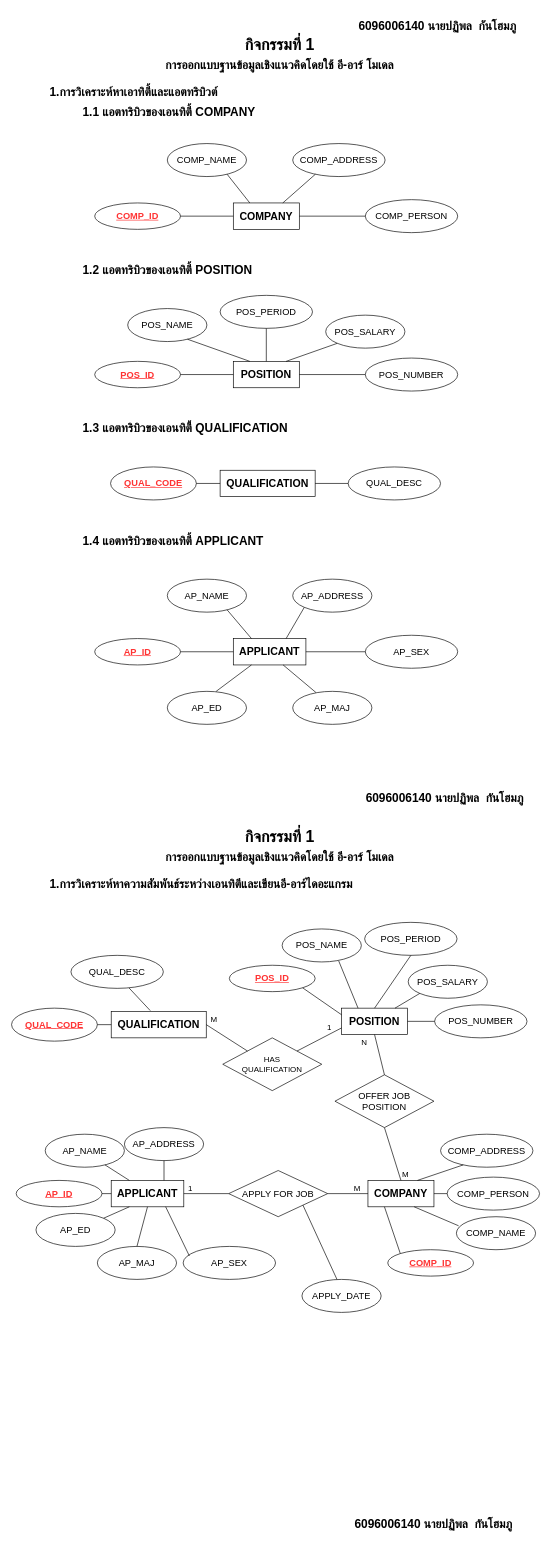
Earlier version of the draw.io diagram page "กิจกรรมที่1" (1 of 3) of Untitled Diagram.drawio (inherthz/96408_Database-Design). Source tidied: cells renumbered, new cells numbered last; positions are measured from the earlier drawing's top-left corner, leaving out a move shared by most shapes. Both pictures are drawn from the tidied source at 66%, with x=0, y=0 at pixel (11, 11).
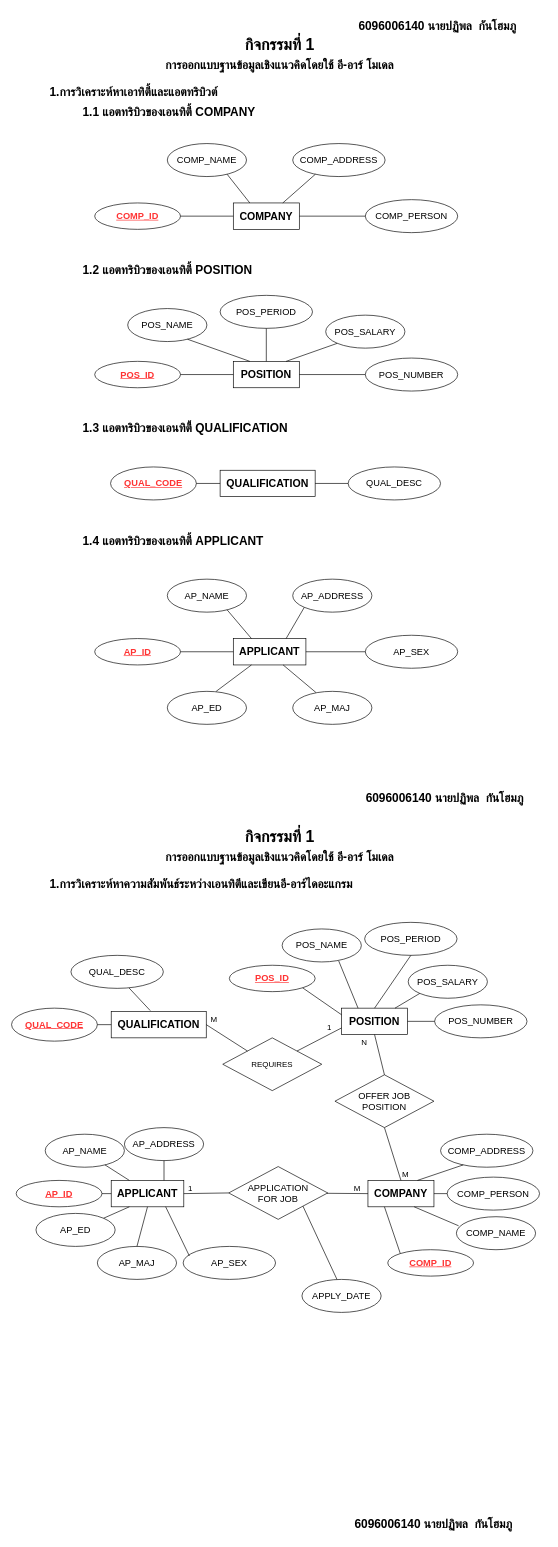
The same diagram, later.

The edit, as a diff of the source:
```diff
@@
-    <mxCell id="83" value="&lt;font style=&quot;font-size: 14px;&quot;&gt;APPLY FOR JOB&lt;/font&gt;" style="shape=rhombus;perimeter=rhombusPerimeter;whiteSpace=wrap;html=1;align=center;" parent="1" vertex="1">
-      <mxGeometry x="329" y="1756" width="150" height="70" as="geometry" />
+    <mxCell id="83" value="&lt;font style=&quot;font-size: 14px;&quot;&gt;APPLICATION&lt;/font&gt;&lt;div&gt;&lt;font style=&quot;font-size: 14px;&quot;&gt;FOR JOB&lt;/font&gt;&lt;/div&gt;" style="shape=rhombus;perimeter=rhombusPerimeter;whiteSpace=wrap;html=1;align=center;" parent="1" vertex="1">
+      <mxGeometry x="329" y="1750" width="150" height="80" as="geometry" />
     </mxCell>
@@
-    <mxCell id="100" value="HAS&lt;br&gt;QUALIFICATION" style="shape=rhombus;perimeter=rhombusPerimeter;whiteSpace=wrap;html=1;align=center;" parent="1" vertex="1">
+    <mxCell id="100" value="REQUIRES" style="shape=rhombus;perimeter=rhombusPerimeter;whiteSpace=wrap;html=1;align=center;" parent="1" vertex="1">
       <mxGeometry x="320" y="1555" width="150" height="80" as="geometry" />
     </mxCell>
```
